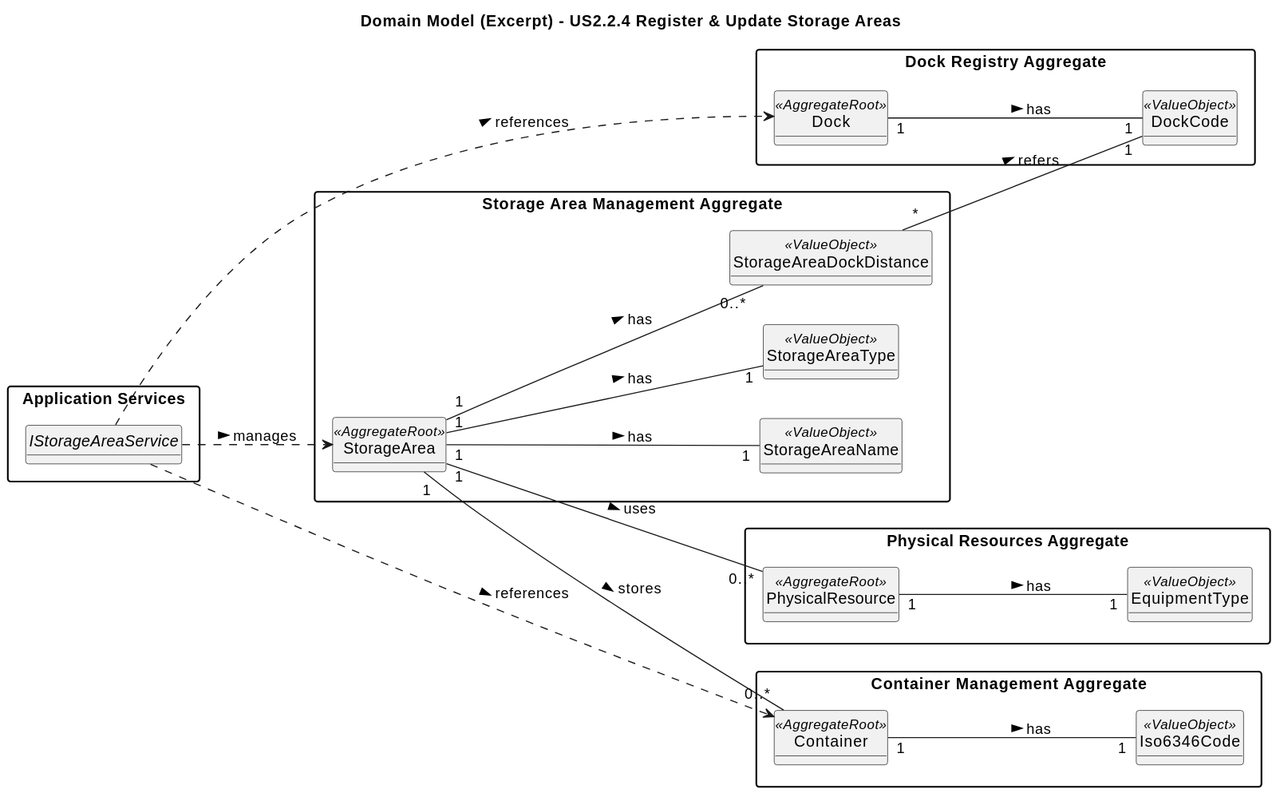
Earlier version of the PlantUML export docs/planning/Sprint1/Back-end-Module(s)/US-2.2.4/02.analysis/puml/us2.2.4-domain-model.svg (FranciscoMofreitaSantos/PortLogistics_ISEP).
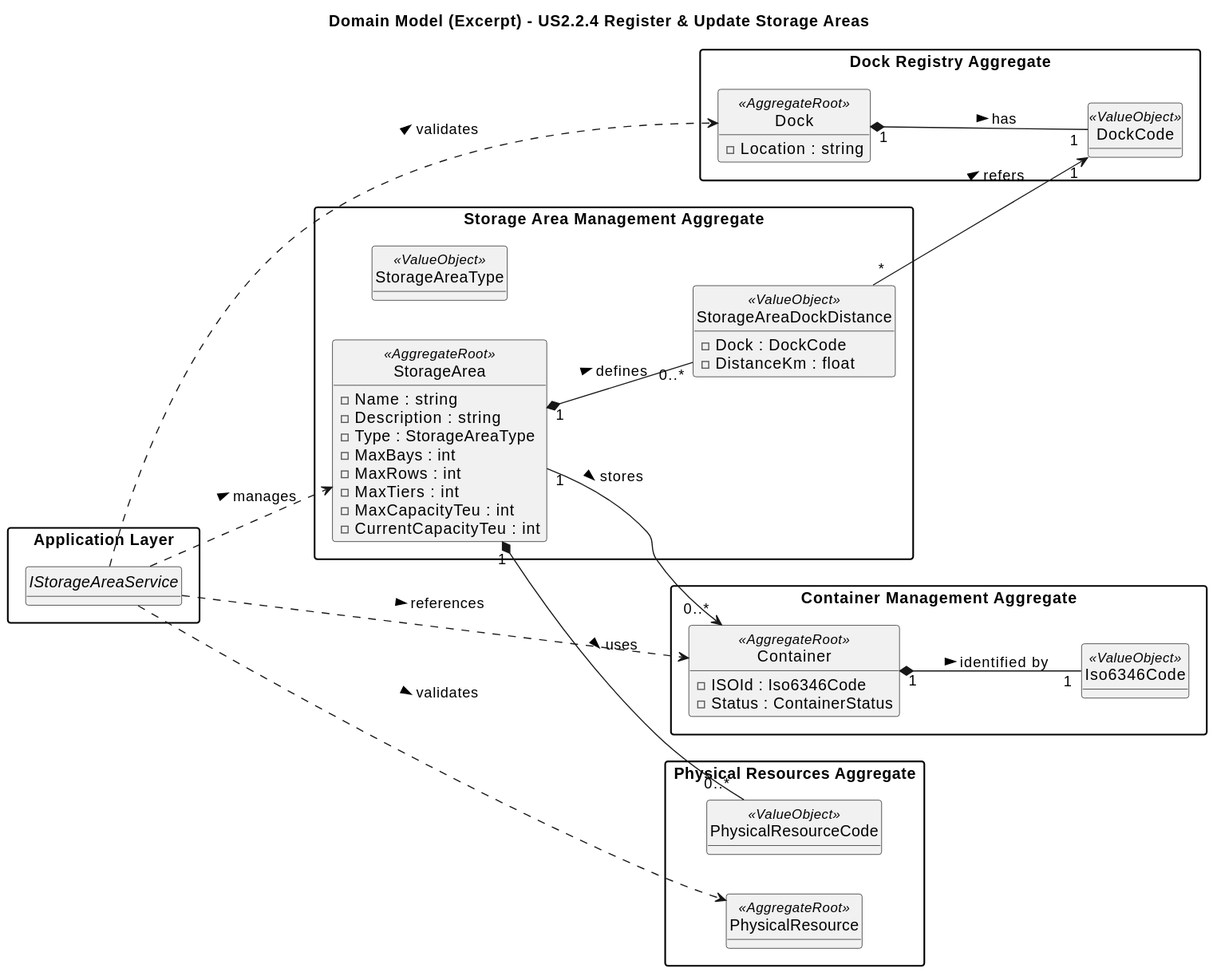
After the change.

Change to the diagram source:
```diff
@@ -8,47 +8,65 @@
 
 title Domain Model (Excerpt) - US2.2.4 Register & Update Storage Areas
 
+
 package "Storage Area Management Aggregate" {
-    class StorageArea <<AggregateRoot>>
-    class StorageAreaName <<ValueObject>>
+    class StorageArea <<AggregateRoot>> {
+        - Name : string
+        - Description : string
+        - Type : StorageAreaType
+        - MaxBays : int
+        - MaxRows : int
+        - MaxTiers : int
+        - MaxCapacityTeu : int
+        - CurrentCapacityTeu : int
+    }
+
     class StorageAreaType <<ValueObject>>
-    class StorageAreaDockDistance <<ValueObject>>
+    class StorageAreaDockDistance <<ValueObject>> {
+        - Dock : DockCode
+        - DistanceKm : float
+    }
 }
 
 package "Dock Registry Aggregate" {
-    class Dock <<AggregateRoot>>
+    class Dock <<AggregateRoot>> {
+        - Location : string
+    }
     class DockCode <<ValueObject>>
 }
 
 package "Container Management Aggregate" {
-    class Container <<AggregateRoot>>
+    class Container <<AggregateRoot>> {
+        - ISOId : Iso6346Code
+        - Status : ContainerStatus
+    }
     class Iso6346Code <<ValueObject>>
 }
 
 package "Physical Resources Aggregate" {
-    class PhysicalResource <<AggregateRoot>>
-    class EquipmentType <<ValueObject>>
+    class PhysicalResource <<AggregateRoot>> {
+    }
+    class PhysicalResourceCode <<ValueObject>>
 }
 
-package "Application Services" {
+package "Application Layer" {
     interface IStorageAreaService
 }
 
-StorageArea "1" --- "1" StorageAreaName : has >
-StorageArea "1" --- "1" StorageAreaType : has >
-StorageArea "1" --- "0..*" StorageAreaDockDistance : has >
 
-Container "1" --- "1" Iso6346Code : has >
+StorageArea "1" *-- "0..*" StorageAreaDockDistance : defines >
+StorageArea "1" *-- "0..*" PhysicalResourceCode : uses >
 
-PhysicalResource "1" --- "1" EquipmentType : has >
+StorageAreaDockDistance "*" --> "1" DockCode : refers >
+Dock "1" *-- "1" DockCode : has >
 
-StorageAreaDockDistance "*" --- "1" DockCode : refers >
-Dock "1" --- "1" DockCode : has >
+StorageArea "1" --> "0..*" Container : stores >
 
-StorageArea "1" --- "0..*" Container : stores >
-StorageArea "1" --- "0..*" PhysicalResource : uses >
+Container "1" *-- "1" Iso6346Code : identified by >
+
 
 IStorageAreaService ..> StorageArea : manages >
-IStorageAreaService ..> Dock : references >
+IStorageAreaService ..> Dock : validates >
+IStorageAreaService ..> PhysicalResource : validates >
 IStorageAreaService ..> Container : references >
 @enduml
```
